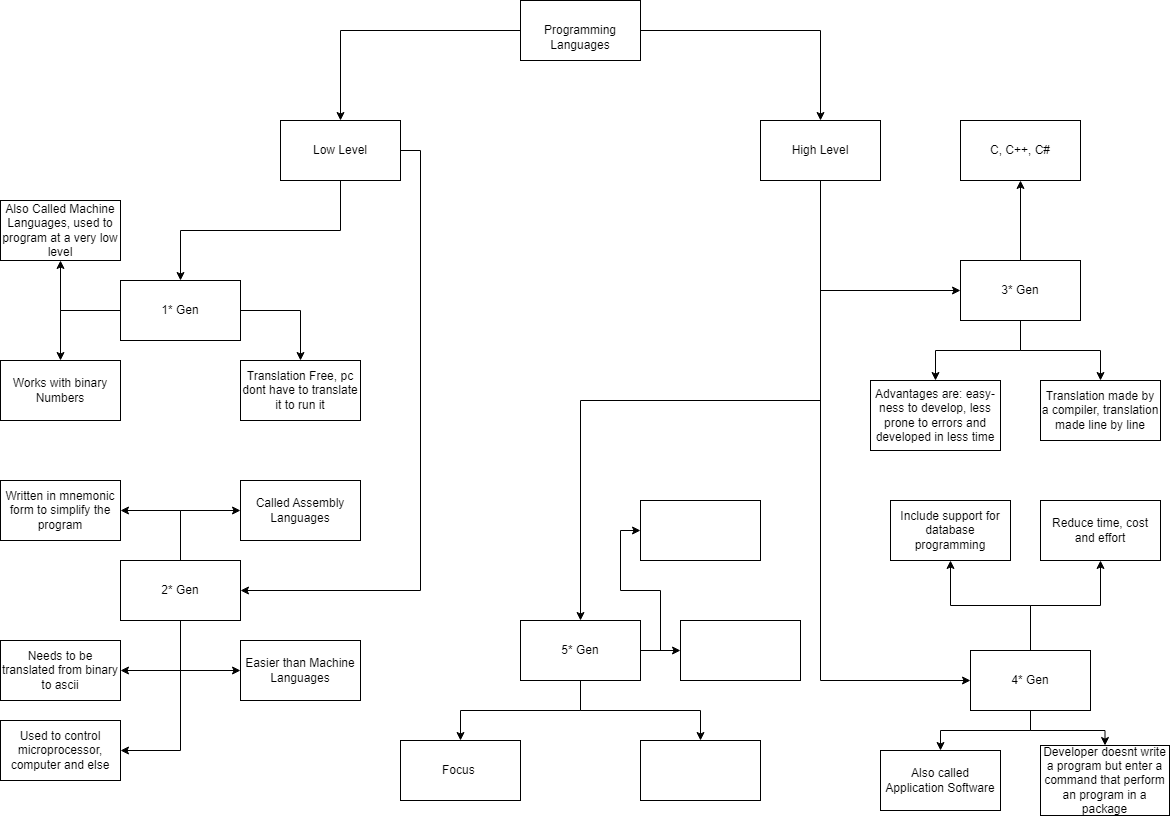
The draw.io diagram LOWLEVELPROGRAMMING.png in massimoty/School, before a commit. Source tidied: cells renumbered, new cells last; positions are measured from the earlier drawing's top-left corner, leaving out a move shared by most shapes.
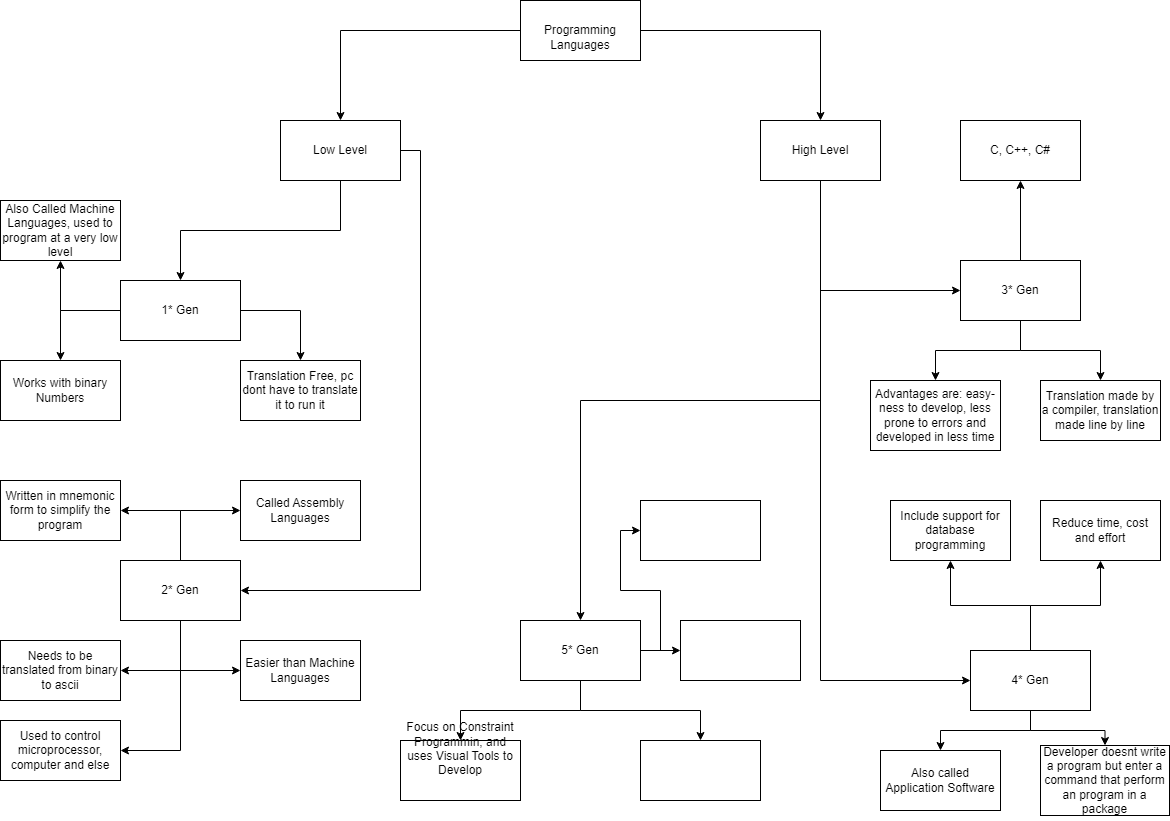
After the commit.

Change to the diagram source:
```diff
@@ -149,7 +149,7 @@
     <mxCell id="50" value="Also called Application Software" style="rounded=0;whiteSpace=wrap;html=1;" parent="1" vertex="1">
       <mxGeometry x="880" y="750" width="120" height="60" as="geometry" />
     </mxCell>
-    <mxCell id="51" value="Focus&amp;nbsp;" style="rounded=0;whiteSpace=wrap;html=1;" parent="1" vertex="1">
+    <mxCell id="51" value="Focus on Constraint Programmin, and uses Visual Tools to Develop&lt;br&gt;&lt;br&gt;&lt;br&gt;&lt;br&gt;" style="rounded=0;whiteSpace=wrap;html=1;" parent="1" vertex="1">
       <mxGeometry x="400" y="740" width="120" height="60" as="geometry" />
     </mxCell>
     <mxCell id="52" style="rounded=0;whiteSpace=wrap;html=1;" parent="1" vertex="1">
```
